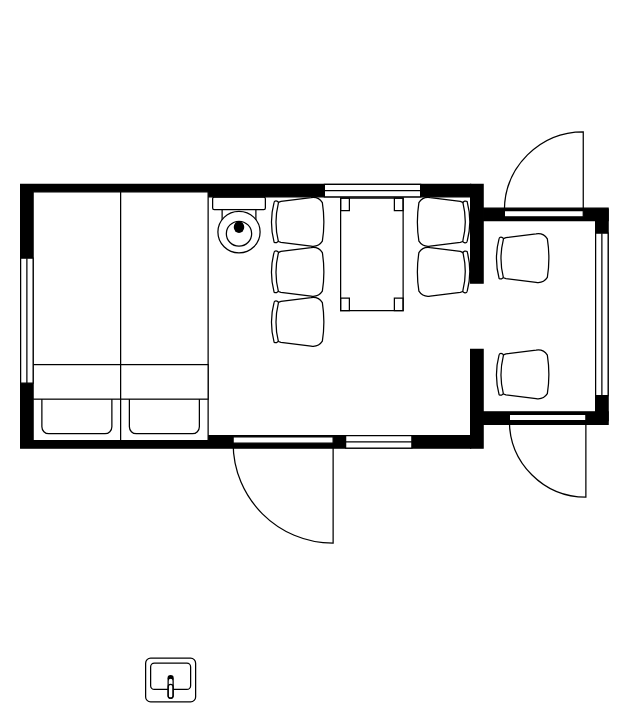
tCynik/Lesson_MyLibrary keeps this draw.io diagram as Кемпер.drawio. Above is the earlier version. Source tidied: cells renumbered, new cells numbered last; positions are measured from the earlier drawing's top-left corner, leaving out a move shared by most shapes. Both pictures are drawn from the tidied source at 125%, with x=0, y=0 at pixel (20, 132).
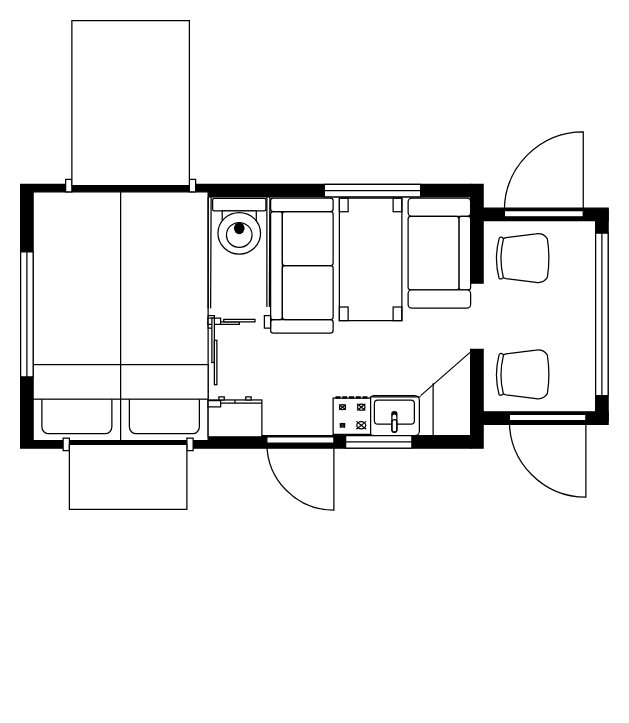
Above is the later version.

What changed in the source:
```diff
@@
     <mxCell id="3" style="verticalLabelPosition=bottom;html=1;verticalAlign=top;align=center;strokeWidth=1;shape=mxgraph.floorplan.toilet;rounded=0;shadow=0;comic=0;fontFamily=Verdana;fontSize=12;rotation=-90;direction=south;" parent="1" vertex="1">
-      <mxGeometry x="152.4" y="52.4" width="44.6" height="42.2" as="geometry" />
+      <mxGeometry x="152.6" y="53.2" width="44.6" height="42.6" as="geometry" />
     </mxCell>
@@
-    <mxCell id="13" style="verticalLabelPosition=bottom;html=1;verticalAlign=top;align=center;strokeWidth=1;shape=mxgraph.floorplan.office_chair;shadow=0;direction=south;rounded=0;comic=0;fontFamily=Verdana;fontSize=12;" parent="1" vertex="1">
-      <mxGeometry x="317" y="51" width="43" height="40" as="geometry" />
-    </mxCell>
-    <mxCell id="14" style="verticalLabelPosition=bottom;html=1;verticalAlign=top;align=center;strokeWidth=1;shape=mxgraph.floorplan.office_chair;shadow=0;direction=south;rounded=0;comic=0;fontFamily=Verdana;fontSize=12;" parent="1" vertex="1">
-      <mxGeometry x="317" y="91" width="43" height="40" as="geometry" />
-    </mxCell>
-    <mxCell id="15" style="verticalLabelPosition=bottom;html=1;verticalAlign=top;align=center;strokeWidth=1;shape=mxgraph.floorplan.office_chair;shadow=0;direction=north;rounded=0;comic=0;fontFamily=Verdana;fontSize=12;" parent="1" vertex="1">
-      <mxGeometry x="200" y="51" width="43" height="40" as="geometry" />
-    </mxCell>
-    <mxCell id="16" style="verticalLabelPosition=bottom;html=1;verticalAlign=top;align=center;strokeWidth=1;shape=mxgraph.floorplan.office_chair;shadow=0;direction=north;rounded=0;comic=0;fontFamily=Verdana;fontSize=12;" parent="1" vertex="1">
-      <mxGeometry x="200" y="91" width="43" height="40" as="geometry" />
-    </mxCell>
-    <mxCell id="17" style="verticalLabelPosition=bottom;html=1;verticalAlign=top;align=center;strokeWidth=1;shape=mxgraph.floorplan.office_chair;shadow=0;direction=north;rounded=0;comic=0;fontFamily=Verdana;fontSize=12;" parent="1" vertex="1">
-      <mxGeometry x="200" y="131" width="43" height="40" as="geometry" />
-    </mxCell>
     <mxCell id="18" style="verticalLabelPosition=bottom;html=1;verticalAlign=top;align=center;shape=mxgraph.floorplan.doorRight;" parent="1" vertex="1">
-      <mxGeometry x="170" y="243" width="80" height="85" as="geometry" />
+      <mxGeometry x="197" y="243" width="53.6" height="57" as="geometry" />
     </mxCell>
@@
     <mxCell id="20" style="verticalLabelPosition=bottom;html=1;verticalAlign=top;align=center;shape=mxgraph.floorplan.table;direction=south;" parent="1" vertex="1">
-      <mxGeometry x="256" y="52" width="50" height="90" as="geometry" />
+      <mxGeometry x="255" y="52" width="50" height="98" as="geometry" />
     </mxCell>
@@
     <mxCell id="22" style="verticalLabelPosition=bottom;html=1;verticalAlign=top;align=center;shape=mxgraph.floorplan.sink_22;direction=west;" parent="1" vertex="1">
-      <mxGeometry x="100" y="420" width="40" height="35" as="geometry" />
+      <mxGeometry x="279" y="210" width="40" height="32" as="geometry" />
     </mxCell>
@@
     <mxCell id="28" style="verticalLabelPosition=bottom;html=1;verticalAlign=top;align=center;shape=mxgraph.floorplan.window;direction=south;" parent="1" vertex="1">
-      <mxGeometry y="100" width="10" height="100" as="geometry" />
+      <mxGeometry y="95" width="10" height="100" as="geometry" />
     </mxCell>
+    <mxCell id="29" style="verticalLabelPosition=bottom;html=1;verticalAlign=top;align=center;shape=mxgraph.floorplan.range_1;direction=west;" parent="1" vertex="1">
+      <mxGeometry x="250" y="211" width="30" height="30" as="geometry" />
+    </mxCell>
+    <mxCell id="30" style="endArrow=none;html=1;rounded=0;entryX=0.551;entryY=0.975;entryDx=0;entryDy=0;entryPerimeter=0;" parent="1" edge="1">
+      <mxGeometry relative="1" as="geometry">
+        <mxPoint x="199" y="139" as="sourcePoint" />
+        <mxPoint x="199.4" y="49.8" as="targetPoint" />
+      </mxGeometry>
+    </mxCell>
+    <mxCell id="31" style="endArrow=none;html=1;rounded=0;" parent="1" edge="1">
+      <mxGeometry relative="1" as="geometry">
+        <mxPoint x="320" y="210" as="sourcePoint" />
+        <mxPoint x="360" y="175" as="targetPoint" />
+      </mxGeometry>
+    </mxCell>
+    <mxCell id="32" style="endArrow=none;html=1;rounded=0;" parent="1" edge="1">
+      <mxGeometry relative="1" as="geometry">
+        <mxPoint x="280" y="211" as="sourcePoint" />
+        <mxPoint x="320" y="211" as="targetPoint" />
+      </mxGeometry>
+    </mxCell>
+    <mxCell id="33" style="verticalLabelPosition=bottom;html=1;verticalAlign=top;align=center;shape=mxgraph.floorplan.doorOverhead;" parent="1" vertex="1">
+      <mxGeometry x="36" y="-90" width="104" height="137" as="geometry" />
+    </mxCell>
+    <mxCell id="34" style="verticalLabelPosition=bottom;html=1;verticalAlign=top;align=center;shape=mxgraph.floorplan.doorOverhead;direction=west;" parent="1" vertex="1">
+      <mxGeometry x="34" y="244" width="104" height="57" as="geometry" />
+    </mxCell>
+    <mxCell id="35" style="verticalLabelPosition=bottom;html=1;verticalAlign=top;align=center;shape=mxgraph.floorplan.dresser;direction=west;" parent="1" vertex="1">
+      <mxGeometry x="150" y="211" width="43" height="32" as="geometry" />
+    </mxCell>
+    <mxCell id="36" style="endArrow=none;html=1;rounded=0;entryX=0.551;entryY=0.975;entryDx=0;entryDy=0;entryPerimeter=0;" parent="1" edge="1">
+      <mxGeometry relative="1" as="geometry">
+        <mxPoint x="197" y="139" as="sourcePoint" />
+        <mxPoint x="197" y="50" as="targetPoint" />
+      </mxGeometry>
+    </mxCell>
+    <mxCell id="37" style="endArrow=none;html=1;rounded=0;" parent="1" edge="1">
+      <mxGeometry relative="1" as="geometry">
+        <mxPoint x="330" y="242" as="sourcePoint" />
+        <mxPoint x="330" y="200" as="targetPoint" />
+      </mxGeometry>
+    </mxCell>
+    <mxCell id="38" style="verticalLabelPosition=bottom;html=1;verticalAlign=top;align=center;shape=mxgraph.floorplan.couch;direction=north;" parent="1" vertex="1">
+      <mxGeometry x="200" y="52" width="50" height="108" as="geometry" />
+    </mxCell>
+    <mxCell id="39" style="verticalLabelPosition=bottom;html=1;verticalAlign=top;align=center;shape=mxgraph.floorplan.sofa;direction=south;" parent="1" vertex="1">
+      <mxGeometry x="310" y="52" width="50" height="88" as="geometry" />
+    </mxCell>
+    <mxCell id="40" style="endArrow=none;html=1;rounded=0;entryX=0.551;entryY=0.975;entryDx=0;entryDy=0;entryPerimeter=0;" parent="1" edge="1">
+      <mxGeometry relative="1" as="geometry">
+        <mxPoint x="152" y="140.2" as="sourcePoint" />
+        <mxPoint x="152.4" y="51" as="targetPoint" />
+      </mxGeometry>
+    </mxCell>
+    <mxCell id="41" style="endArrow=none;html=1;rounded=0;entryX=0.551;entryY=0.975;entryDx=0;entryDy=0;entryPerimeter=0;" parent="1" edge="1">
+      <mxGeometry relative="1" as="geometry">
+        <mxPoint x="150" y="140.2" as="sourcePoint" />
+        <mxPoint x="150" y="51.2" as="targetPoint" />
+      </mxGeometry>
+    </mxCell>
+    <mxCell id="42" style="verticalLabelPosition=bottom;html=1;verticalAlign=top;align=center;shape=mxgraph.floorplan.doorSlidingGlass;dx=0.25;" parent="1" vertex="1">
+      <mxGeometry x="150" y="146" width="50" height="10" as="geometry" />
+    </mxCell>
+    <mxCell id="43" style="verticalLabelPosition=bottom;html=1;verticalAlign=top;align=center;shape=mxgraph.floorplan.doorSlidingGlass;dx=0.25;direction=south;" parent="1" vertex="1">
+      <mxGeometry x="150" y="148" width="10" height="71" as="geometry" />
+    </mxCell>
```
